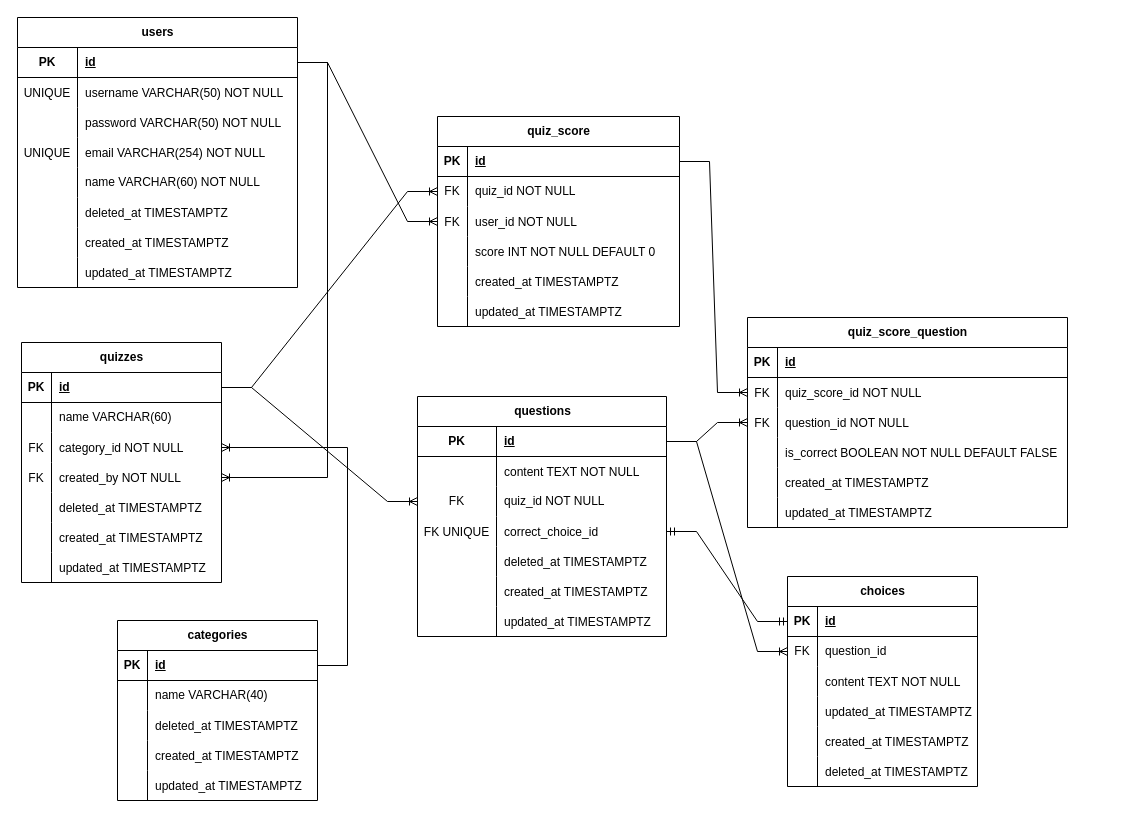
This is docs/db/diagramaLogico.drawio from yandevv/backend-intelliquiz, a draw.io file, before an edit. Source tidied: cells renumbered, new cells numbered last; positions are measured from the earlier drawing's top-left corner, leaving out a move shared by most shapes. Both pictures are drawn from the tidied source at 100%, with x=0, y=0 at pixel (17, 17).
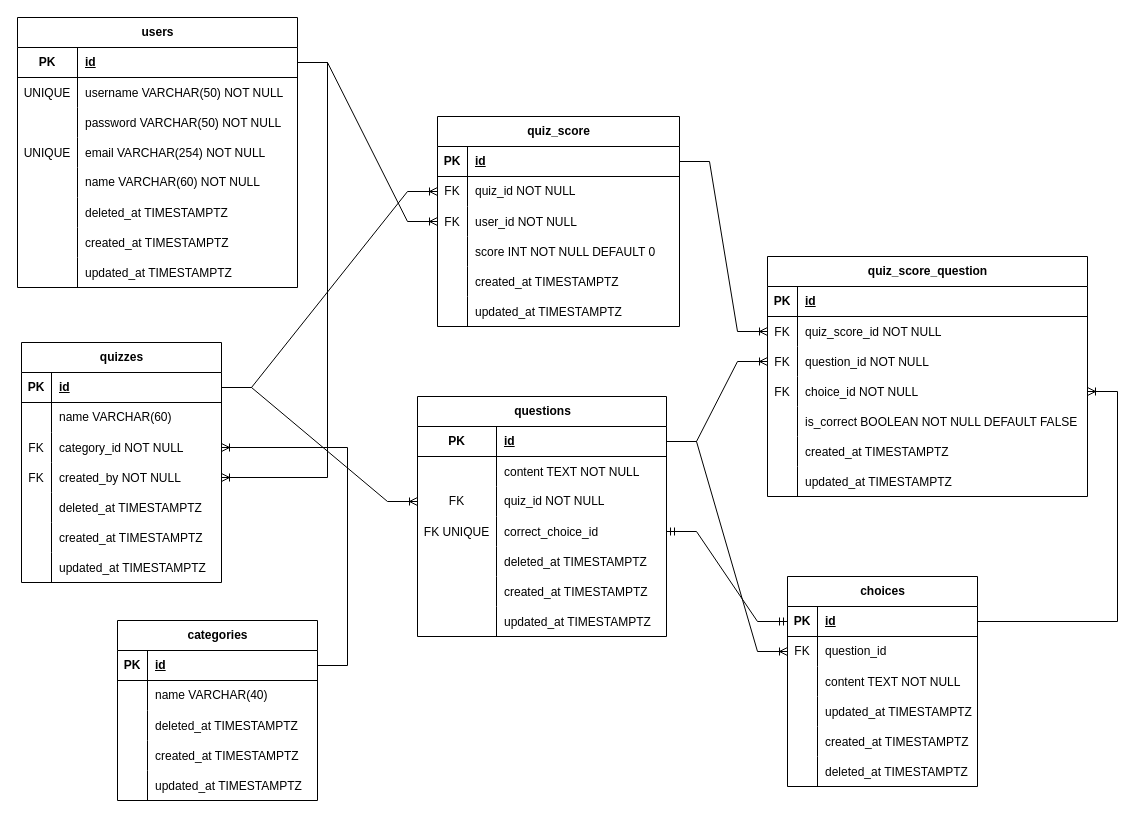
The same page after the edit.

Commit message (it also covers changes not shown here):
docs(quizScoreQuestion): added choice id relation

The change refers to these unchanged cells:
```xml
<mxCell id="133" style="shape=tableRow;horizontal=0;startSize=0;swimlaneHead=0;swimlaneBody=0;fillColor=none;points=[[0,0.5],[1,0.5]];portConstraint=eastwest;top=0;left=0;right=0;bottom=1;" parent="132" vertex="1">
  <mxGeometry y="30" width="190" height="30" as="geometry" />
</mxCell>
```

The edit, as a diff of the source:
```diff
@@
     <mxCell id="111" value="quiz_score_question" style="shape=table;startSize=30;childLayout=tableLayout;rowLines=0;fontStyle=1;align=center;html=1;" parent="1" vertex="1">
-      <mxGeometry x="730" y="300" width="320" height="210" as="geometry" />
+      <mxGeometry x="750" y="239" width="320" height="240" as="geometry" />
     </mxCell>
@@
+    <mxCell id="153" style="shape=tableRow;horizontal=0;startSize=0;swimlaneHead=0;swimlaneBody=0;fillColor=none;points=[[0,0.5],[1,0.5]];portConstraint=eastwest;top=0;left=0;right=0;bottom=0;" parent="111" vertex="1">
+      <mxGeometry y="120" width="320" height="30" as="geometry" />
+    </mxCell>
+    <mxCell id="154" value="FK" style="shape=partialRectangle;fillColor=none;top=0;left=0;bottom=0;right=0;overflow=hidden;" parent="153" vertex="1">
+      <mxGeometry width="30" height="30" as="geometry" />
+    </mxCell>
+    <mxCell id="155" value="choice_id NOT NULL" style="shape=partialRectangle;fillColor=none;top=0;left=0;bottom=0;right=0;align=left;spacingLeft=6;overflow=hidden;flipV=0;" parent="153" vertex="1">
+      <mxGeometry x="30" width="290" height="30" as="geometry" />
+    </mxCell>
     <mxCell id="121" style="shape=tableRow;horizontal=0;startSize=0;swimlaneHead=0;swimlaneBody=0;fillColor=none;top=0;left=0;right=0;bottom=0;" parent="111" vertex="1">
-      <mxGeometry y="120" width="320" height="30" as="geometry" />
+      <mxGeometry y="150" width="320" height="30" as="geometry" />
     </mxCell>
@@
     <mxCell id="124" style="shape=tableRow;horizontal=0;startSize=0;swimlaneHead=0;swimlaneBody=0;fillColor=none;top=0;left=0;right=0;bottom=0;" parent="111" vertex="1">
-      <mxGeometry y="150" width="320" height="30" as="geometry" />
+      <mxGeometry y="180" width="320" height="30" as="geometry" />
     </mxCell>
@@
     <mxCell id="127" style="shape=tableRow;horizontal=0;startSize=0;swimlaneHead=0;swimlaneBody=0;fillColor=none;top=0;left=0;right=0;bottom=0;" parent="111" vertex="1">
-      <mxGeometry y="180" width="320" height="30" as="geometry" />
+      <mxGeometry y="210" width="320" height="30" as="geometry" />
     </mxCell>
@@
+    <mxCell id="156" style="edgeStyle=entityRelationEdgeStyle;fontSize=12;html=1;endArrow=ERoneToMany;rounded=0;" parent="1" edge="1" source="133" target="153">
+      <mxGeometry relative="1" as="geometry" />
+    </mxCell>
```
